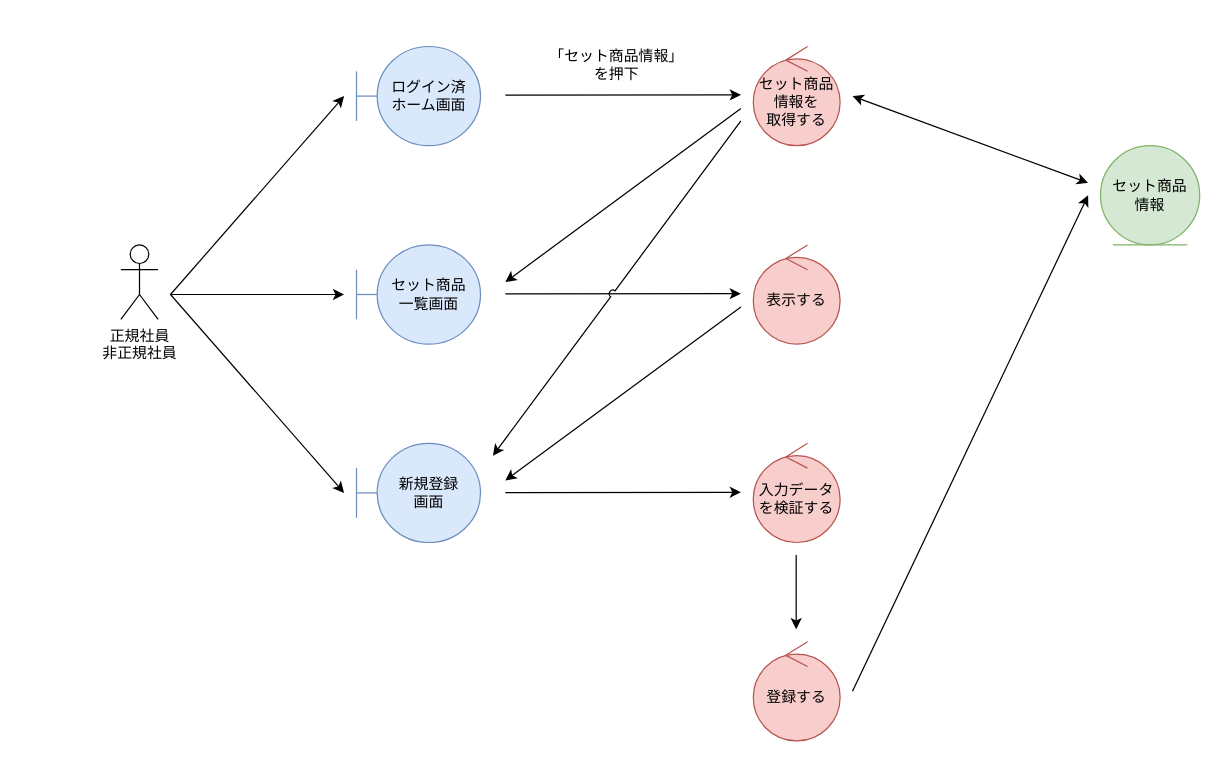
This is page "*セット商品管理_登録" (3 of 6) of 各種設計書/3ロバストネス図/商品情報管理/1.在庫管理.drawio from HaruShim/Sotuken, a draw.io file, before an edit. Source tidied: cells renumbered, new cells numbered last; positions are measured from the earlier drawing's top-left corner, leaving out a move shared by most shapes. Both pictures are drawn from the tidied source at 124%, with x=0, y=0 at pixel (120, 46).
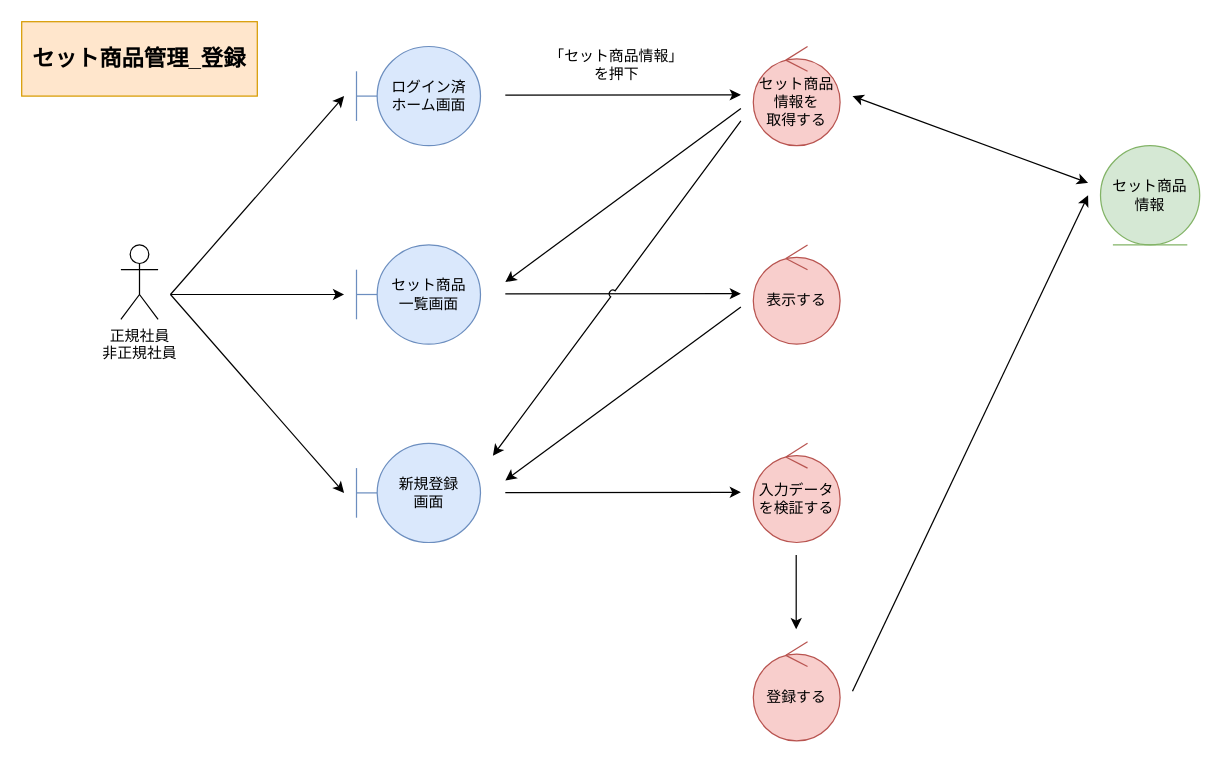
The same diagram, later.

Change to the diagram source:
```diff
@@
+    <mxCell id="24" value="セット商品管理_登録" style="rounded=0;whiteSpace=wrap;html=1;fillColor=#ffe6cc;strokeColor=#d79b00;fontStyle=1;fontSize=18;" parent="1" vertex="1">
+      <mxGeometry x="-80" y="-20" width="190" height="60" as="geometry" />
+    </mxCell>
```
